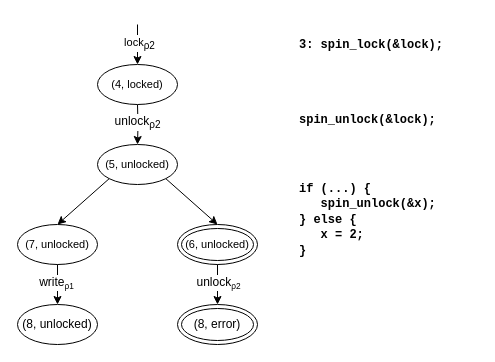
Above: implementation/figures/cfg_unlock-product-partial.drawio in andersfischernielsen/Finding-Resource-Manipulation-Bugs-with-Monitor-Automata-on-the-Example-of-the-Linux-Kernel (draw.io), before the change. Source tidied: cells renumbered, new cells numbered last; positions are measured from the earlier drawing's top-left corner, leaving out a move shared by most shapes. Both pictures are drawn from the tidied source at 100%, with x=0, y=0 at pixel (17, 24).
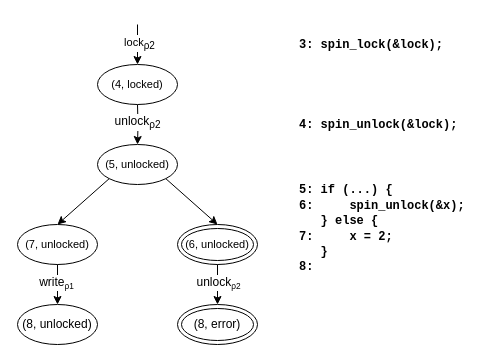
The same page after the edit.

What changed in the source:
```diff
@@
     <mxCell id="19" style="group;" parent="1" vertex="1">
-      <mxGeometry x="280" y="10" width="160" height="225" as="geometry" />
+      <mxGeometry x="280" y="10" width="180" height="250" as="geometry" />
     </mxCell>
-    <mxCell id="20" value="&lt;font face=&quot;Courier New&quot;&gt;spin_unlock(&amp;amp;lock);&lt;/font&gt;" style="text;html=1;align=left;verticalAlign=middle;fontStyle=1;" parent="19" vertex="1">
-      <mxGeometry y="75" width="150" height="20" as="geometry" />
+    <mxCell id="20" value="&lt;font face=&quot;Courier New&quot;&gt;4: spin_unlock(&amp;amp;lock);&lt;/font&gt;" style="text;html=1;align=left;verticalAlign=middle;fontStyle=1;" parent="19" vertex="1">
+      <mxGeometry y="79.8" width="170" height="20" as="geometry" />
     </mxCell>
-    <mxCell id="21" value="&lt;font face=&quot;Courier New&quot;&gt;if (...) { &lt;br&gt;&amp;nbsp; &amp;nbsp;spin_unlock(&amp;amp;x);&lt;/font&gt;&lt;font face=&quot;Courier New&quot;&gt;&lt;br&gt;} else { &lt;br&gt;&amp;nbsp; &amp;nbsp;x = 2;&lt;/font&gt;&lt;font face=&quot;Courier New&quot;&gt;&lt;br&gt;}&lt;/font&gt;" style="text;html=1;align=left;verticalAlign=middle;fontStyle=1;" parent="19" vertex="1">
-      <mxGeometry y="145" width="150" height="80" as="geometry" />
+    <mxCell id="21" value="&lt;font face=&quot;Courier New&quot;&gt;5: if (...) { &lt;br&gt;6:&amp;nbsp; &amp;nbsp; &amp;nbsp;spin_unlock(&amp;amp;x);&lt;/font&gt;&lt;font face=&quot;Courier New&quot;&gt;&lt;br&gt;&amp;nbsp; &amp;nbsp;} else { &lt;br&gt;7:&amp;nbsp; &amp;nbsp; &amp;nbsp;x = 2;&lt;/font&gt;&lt;font face=&quot;Courier New&quot;&gt;&lt;br&gt;&amp;nbsp; &amp;nbsp;}&lt;br&gt;8:&amp;nbsp;&lt;br&gt;&lt;/font&gt;" style="text;html=1;align=left;verticalAlign=middle;fontStyle=1;" parent="19" vertex="1">
+      <mxGeometry y="143.6" width="180" height="100" as="geometry" />
     </mxCell>
```
